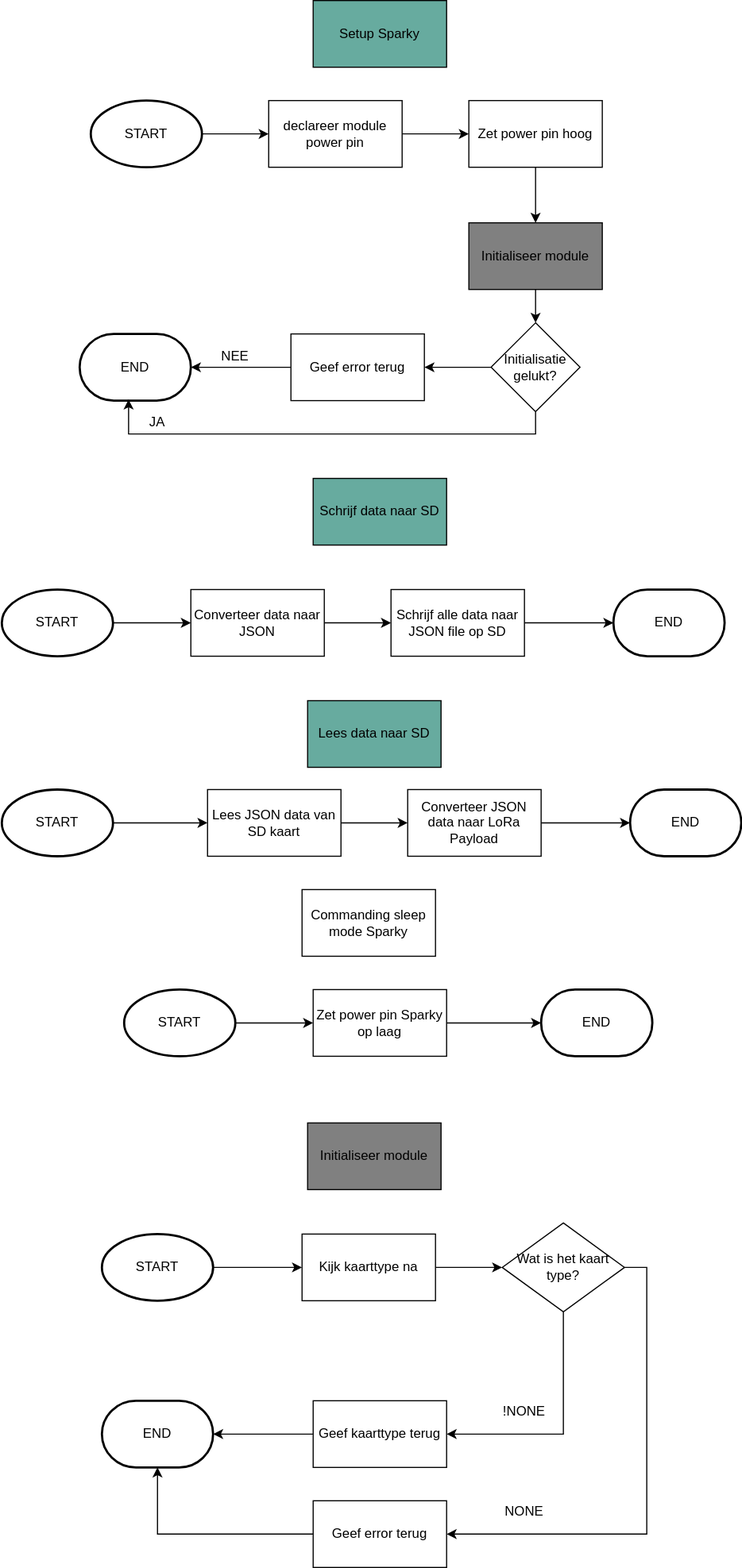
Earlier version of the draw.io export assets/FlowChart-Sparky.svg (747oli/Luchtkwaliteitssensor_analyse). Source tidied: cells renumbered, new cells last; positions are measured from the earlier drawing's top-left corner, leaving out a move shared by most shapes. The source it was exported from:
```xml
<mxGraphModel>
  <root>
    <mxCell id="0" />
    <mxCell id="1" parent="0" />
    <mxCell id="2" value="Setup Sparky" style="rounded=0;whiteSpace=wrap;html=1;fillColor=#67AB9F;" parent="1" vertex="1">
      <mxGeometry x="280" width="120" height="60" as="geometry" />
    </mxCell>
    <mxCell id="3" style="edgeStyle=orthogonalEdgeStyle;rounded=0;jettySize=auto;html=1;" parent="1" edge="1" source="4" target="7">
      <mxGeometry relative="1" as="geometry" />
    </mxCell>
    <mxCell id="4" value="START" style="strokeWidth=2;html=1;shape=mxgraph.flowchart.start_1;whiteSpace=wrap;" parent="1" vertex="1">
      <mxGeometry x="80" y="90" width="100" height="60" as="geometry" />
    </mxCell>
    <mxCell id="5" value="END" style="strokeWidth=2;html=1;shape=mxgraph.flowchart.terminator;whiteSpace=wrap;" parent="1" vertex="1">
      <mxGeometry x="70" y="300" width="100" height="60" as="geometry" />
    </mxCell>
    <mxCell id="6" style="edgeStyle=orthogonalEdgeStyle;rounded=0;jettySize=auto;html=1;" parent="1" edge="1" source="7" target="9">
      <mxGeometry relative="1" as="geometry" />
    </mxCell>
    <mxCell id="7" value="declareer module power pin" style="rounded=0;whiteSpace=wrap;html=1;" parent="1" vertex="1">
      <mxGeometry x="240" y="90" width="120" height="60" as="geometry" />
    </mxCell>
    <mxCell id="8" style="edgeStyle=orthogonalEdgeStyle;rounded=0;jettySize=auto;html=1;exitX=0.5;exitY=1;exitDx=0;exitDy=0;entryX=0.5;entryY=0;entryDx=0;entryDy=0;" parent="1" edge="1" source="9" target="11">
      <mxGeometry relative="1" as="geometry" />
    </mxCell>
    <mxCell id="9" value="Zet power pin hoog" style="rounded=0;whiteSpace=wrap;html=1;" parent="1" vertex="1">
      <mxGeometry x="420" y="90" width="120" height="60" as="geometry" />
    </mxCell>
    <mxCell id="10" style="edgeStyle=orthogonalEdgeStyle;rounded=0;jettySize=auto;html=1;" parent="1" edge="1" source="11" target="14">
      <mxGeometry relative="1" as="geometry" />
    </mxCell>
    <mxCell id="11" value="Initialiseer module" style="rounded=0;whiteSpace=wrap;html=1;fillColor=#808080;" parent="1" vertex="1">
      <mxGeometry x="420" y="200" width="120" height="60" as="geometry" />
    </mxCell>
    <mxCell id="12" style="edgeStyle=orthogonalEdgeStyle;rounded=0;jettySize=auto;html=1;" parent="1" edge="1" source="14" target="33">
      <mxGeometry relative="1" as="geometry" />
    </mxCell>
    <mxCell id="13" style="edgeStyle=orthogonalEdgeStyle;rounded=0;jettySize=auto;html=1;exitX=0.5;exitY=1;exitDx=0;exitDy=0;entryX=0.44;entryY=0.983;entryDx=0;entryDy=0;entryPerimeter=0;" parent="1" edge="1" source="14" target="5">
      <mxGeometry relative="1" as="geometry" />
    </mxCell>
    <mxCell id="14" value="Initialisatie gelukt?" style="rhombus;whiteSpace=wrap;html=1;" parent="1" vertex="1">
      <mxGeometry x="440" y="290" width="80" height="80" as="geometry" />
    </mxCell>
    <mxCell id="15" value="Initialiseer module" style="rounded=0;whiteSpace=wrap;html=1;fillColor=#808080;" parent="1" vertex="1">
      <mxGeometry x="275" y="1010" width="120" height="60" as="geometry" />
    </mxCell>
    <mxCell id="16" style="edgeStyle=orthogonalEdgeStyle;rounded=0;jettySize=auto;html=1;" parent="1" edge="1" source="17" target="19">
      <mxGeometry relative="1" as="geometry" />
    </mxCell>
    <mxCell id="17" value="START" style="strokeWidth=2;html=1;shape=mxgraph.flowchart.start_1;whiteSpace=wrap;" parent="1" vertex="1">
      <mxGeometry x="90" y="1110" width="100" height="60" as="geometry" />
    </mxCell>
    <mxCell id="18" style="edgeStyle=orthogonalEdgeStyle;rounded=0;jettySize=auto;html=1;" parent="1" edge="1" source="19" target="22">
      <mxGeometry relative="1" as="geometry" />
    </mxCell>
    <mxCell id="19" value="Kijk kaarttype na" style="rounded=0;whiteSpace=wrap;html=1;" parent="1" vertex="1">
      <mxGeometry x="270" y="1110" width="120" height="60" as="geometry" />
    </mxCell>
    <mxCell id="20" style="edgeStyle=orthogonalEdgeStyle;rounded=0;jettySize=auto;html=1;exitX=0.5;exitY=1;exitDx=0;exitDy=0;entryX=1;entryY=0.5;entryDx=0;entryDy=0;" parent="1" edge="1" source="22" target="27">
      <mxGeometry relative="1" as="geometry" />
    </mxCell>
    <mxCell id="21" style="edgeStyle=orthogonalEdgeStyle;rounded=0;jettySize=auto;html=1;exitX=1;exitY=0.5;exitDx=0;exitDy=0;entryX=1;entryY=0.5;entryDx=0;entryDy=0;" parent="1" edge="1" source="22" target="29">
      <mxGeometry relative="1" as="geometry" />
    </mxCell>
    <mxCell id="22" value="Wat is het kaart type?" style="rhombus;whiteSpace=wrap;html=1;" parent="1" vertex="1">
      <mxGeometry x="450" y="1100" width="110" height="80" as="geometry" />
    </mxCell>
    <mxCell id="23" value="END" style="strokeWidth=2;html=1;shape=mxgraph.flowchart.terminator;whiteSpace=wrap;" parent="1" vertex="1">
      <mxGeometry x="90" y="1260" width="100" height="60" as="geometry" />
    </mxCell>
    <mxCell id="24" value="NONE" style="text;html=1;strokeColor=none;fillColor=none;align=center;verticalAlign=middle;whiteSpace=wrap;rounded=0;" parent="1" vertex="1">
      <mxGeometry x="450" y="1350" width="40" height="20" as="geometry" />
    </mxCell>
    <mxCell id="25" value="!NONE" style="text;html=1;strokeColor=none;fillColor=none;align=center;verticalAlign=middle;whiteSpace=wrap;rounded=0;" parent="1" vertex="1">
      <mxGeometry x="450" y="1260" width="40" height="20" as="geometry" />
    </mxCell>
    <mxCell id="26" style="edgeStyle=orthogonalEdgeStyle;rounded=0;jettySize=auto;html=1;" parent="1" edge="1" source="27" target="23">
      <mxGeometry relative="1" as="geometry" />
    </mxCell>
    <mxCell id="27" value="Geef kaarttype terug" style="rounded=0;whiteSpace=wrap;html=1;" parent="1" vertex="1">
      <mxGeometry x="280" y="1260" width="120" height="60" as="geometry" />
    </mxCell>
    <mxCell id="28" style="edgeStyle=orthogonalEdgeStyle;rounded=0;jettySize=auto;html=1;exitX=0;exitY=0.5;exitDx=0;exitDy=0;entryX=0.5;entryY=1;entryDx=0;entryDy=0;entryPerimeter=0;" parent="1" edge="1" source="29" target="23">
      <mxGeometry relative="1" as="geometry" />
    </mxCell>
    <mxCell id="29" value="Geef error terug" style="rounded=0;whiteSpace=wrap;html=1;" parent="1" vertex="1">
      <mxGeometry x="280" y="1350" width="120" height="60" as="geometry" />
    </mxCell>
    <mxCell id="30" value="JA" style="text;html=1;strokeColor=none;fillColor=none;align=center;verticalAlign=middle;whiteSpace=wrap;rounded=0;" parent="1" vertex="1">
      <mxGeometry x="120" y="370" width="40" height="20" as="geometry" />
    </mxCell>
    <mxCell id="31" value="NEE" style="text;html=1;strokeColor=none;fillColor=none;align=center;verticalAlign=middle;whiteSpace=wrap;rounded=0;" parent="1" vertex="1">
      <mxGeometry x="190" y="310" width="40" height="20" as="geometry" />
    </mxCell>
    <mxCell id="32" style="edgeStyle=orthogonalEdgeStyle;rounded=0;jettySize=auto;html=1;exitX=0;exitY=0.5;exitDx=0;exitDy=0;entryX=1;entryY=0.5;entryDx=0;entryDy=0;entryPerimeter=0;" parent="1" edge="1" source="33" target="5">
      <mxGeometry relative="1" as="geometry" />
    </mxCell>
    <mxCell id="33" value="Geef error terug" style="rounded=0;whiteSpace=wrap;html=1;" parent="1" vertex="1">
      <mxGeometry x="260" y="300" width="120" height="60" as="geometry" />
    </mxCell>
    <mxCell id="34" value="Schrijf data naar SD" style="rounded=0;whiteSpace=wrap;html=1;fillColor=#67AB9F;" parent="1" vertex="1">
      <mxGeometry x="280" y="430" width="120" height="60" as="geometry" />
    </mxCell>
    <mxCell id="35" style="edgeStyle=orthogonalEdgeStyle;rounded=0;jettySize=auto;html=1;" parent="1" edge="1" source="36" target="40">
      <mxGeometry relative="1" as="geometry" />
    </mxCell>
    <mxCell id="36" value="START" style="strokeWidth=2;html=1;shape=mxgraph.flowchart.start_1;whiteSpace=wrap;" parent="1" vertex="1">
      <mxGeometry y="530" width="100" height="60" as="geometry" />
    </mxCell>
    <mxCell id="37" style="edgeStyle=orthogonalEdgeStyle;rounded=0;jettySize=auto;html=1;" parent="1" edge="1" source="38" target="41">
      <mxGeometry relative="1" as="geometry" />
    </mxCell>
    <mxCell id="38" value="Schrijf alle data naar JSON file op SD" style="rounded=0;whiteSpace=wrap;html=1;" parent="1" vertex="1">
      <mxGeometry x="350" y="530" width="120" height="60" as="geometry" />
    </mxCell>
    <mxCell id="39" style="edgeStyle=orthogonalEdgeStyle;rounded=0;jettySize=auto;html=1;" parent="1" edge="1" source="40" target="38">
      <mxGeometry relative="1" as="geometry" />
    </mxCell>
    <mxCell id="40" value="Converteer data naar JSON" style="rounded=0;whiteSpace=wrap;html=1;" parent="1" vertex="1">
      <mxGeometry x="170" y="530" width="120" height="60" as="geometry" />
    </mxCell>
    <mxCell id="41" value="END" style="strokeWidth=2;html=1;shape=mxgraph.flowchart.terminator;whiteSpace=wrap;" parent="1" vertex="1">
      <mxGeometry x="550" y="530" width="100" height="60" as="geometry" />
    </mxCell>
    <mxCell id="42" value="Lees data naar SD" style="rounded=0;whiteSpace=wrap;html=1;fillColor=#67AB9F;" parent="1" vertex="1">
      <mxGeometry x="275" y="630" width="120" height="60" as="geometry" />
    </mxCell>
    <mxCell id="43" style="edgeStyle=orthogonalEdgeStyle;rounded=0;jettySize=auto;html=1;" parent="1" edge="1" source="44" target="48">
      <mxGeometry relative="1" as="geometry" />
    </mxCell>
    <mxCell id="44" value="START" style="strokeWidth=2;html=1;shape=mxgraph.flowchart.start_1;whiteSpace=wrap;" parent="1" vertex="1">
      <mxGeometry y="710" width="100" height="60" as="geometry" />
    </mxCell>
    <mxCell id="45" style="edgeStyle=orthogonalEdgeStyle;rounded=0;jettySize=auto;html=1;" parent="1" edge="1" source="46" target="49">
      <mxGeometry relative="1" as="geometry" />
    </mxCell>
    <mxCell id="46" value="Converteer JSON data naar LoRa Payload" style="rounded=0;whiteSpace=wrap;html=1;" parent="1" vertex="1">
      <mxGeometry x="365" y="710" width="120" height="60" as="geometry" />
    </mxCell>
    <mxCell id="47" style="edgeStyle=orthogonalEdgeStyle;rounded=0;jettySize=auto;html=1;" parent="1" edge="1" source="48" target="46">
      <mxGeometry relative="1" as="geometry" />
    </mxCell>
    <mxCell id="48" value="Lees JSON data van SD kaart" style="rounded=0;whiteSpace=wrap;html=1;" parent="1" vertex="1">
      <mxGeometry x="185" y="710" width="120" height="60" as="geometry" />
    </mxCell>
    <mxCell id="49" value="END" style="strokeWidth=2;html=1;shape=mxgraph.flowchart.terminator;whiteSpace=wrap;" parent="1" vertex="1">
      <mxGeometry x="565" y="710" width="100" height="60" as="geometry" />
    </mxCell>
    <mxCell id="50" value="Commanding sleep mode Sparky" style="rounded=0;whiteSpace=wrap;html=1;" parent="1" vertex="1">
      <mxGeometry x="270" y="800" width="120" height="60" as="geometry" />
    </mxCell>
    <mxCell id="51" style="edgeStyle=orthogonalEdgeStyle;rounded=0;jettySize=auto;html=1;" parent="1" edge="1" source="52" target="55">
      <mxGeometry relative="1" as="geometry" />
    </mxCell>
    <mxCell id="52" value="START" style="strokeWidth=2;html=1;shape=mxgraph.flowchart.start_1;whiteSpace=wrap;" parent="1" vertex="1">
      <mxGeometry x="110" y="890" width="100" height="60" as="geometry" />
    </mxCell>
    <mxCell id="53" value="END" style="strokeWidth=2;html=1;shape=mxgraph.flowchart.terminator;whiteSpace=wrap;" parent="1" vertex="1">
      <mxGeometry x="485" y="890" width="100" height="60" as="geometry" />
    </mxCell>
    <mxCell id="54" style="edgeStyle=orthogonalEdgeStyle;rounded=0;jettySize=auto;html=1;" parent="1" edge="1" source="55" target="53">
      <mxGeometry relative="1" as="geometry" />
    </mxCell>
    <mxCell id="55" value="Zet power pin Sparky op laag" style="rounded=0;whiteSpace=wrap;html=1;" parent="1" vertex="1">
      <mxGeometry x="280" y="890" width="120" height="60" as="geometry" />
    </mxCell>
  </root>
</mxGraphModel>
```
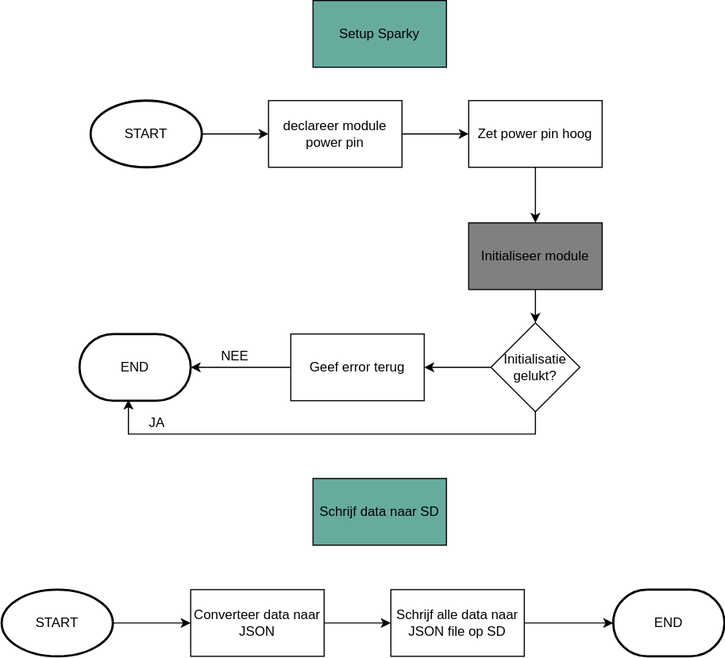
The same diagram one commit later.

Change to the diagram source:
```diff
@@ -41,51 +41,6 @@
     <mxCell id="14" value="Initialisatie gelukt?" style="rhombus;whiteSpace=wrap;html=1;" parent="1" vertex="1">
       <mxGeometry x="440" y="290" width="80" height="80" as="geometry" />
     </mxCell>
-    <mxCell id="15" value="Initialiseer module" style="rounded=0;whiteSpace=wrap;html=1;fillColor=#808080;" parent="1" vertex="1">
-      <mxGeometry x="275" y="1010" width="120" height="60" as="geometry" />
-    </mxCell>
-    <mxCell id="16" style="edgeStyle=orthogonalEdgeStyle;rounded=0;jettySize=auto;html=1;" parent="1" edge="1" source="17" target="19">
-      <mxGeometry relative="1" as="geometry" />
-    </mxCell>
-    <mxCell id="17" value="START" style="strokeWidth=2;html=1;shape=mxgraph.flowchart.start_1;whiteSpace=wrap;" parent="1" vertex="1">
-      <mxGeometry x="90" y="1110" width="100" height="60" as="geometry" />
-    </mxCell>
-    <mxCell id="18" style="edgeStyle=orthogonalEdgeStyle;rounded=0;jettySize=auto;html=1;" parent="1" edge="1" source="19" target="22">
-      <mxGeometry relative="1" as="geometry" />
-    </mxCell>
-    <mxCell id="19" value="Kijk kaarttype na" style="rounded=0;whiteSpace=wrap;html=1;" parent="1" vertex="1">
-      <mxGeometry x="270" y="1110" width="120" height="60" as="geometry" />
-    </mxCell>
-    <mxCell id="20" style="edgeStyle=orthogonalEdgeStyle;rounded=0;jettySize=auto;html=1;exitX=0.5;exitY=1;exitDx=0;exitDy=0;entryX=1;entryY=0.5;entryDx=0;entryDy=0;" parent="1" edge="1" source="22" target="27">
-      <mxGeometry relative="1" as="geometry" />
-    </mxCell>
-    <mxCell id="21" style="edgeStyle=orthogonalEdgeStyle;rounded=0;jettySize=auto;html=1;exitX=1;exitY=0.5;exitDx=0;exitDy=0;entryX=1;entryY=0.5;entryDx=0;entryDy=0;" parent="1" edge="1" source="22" target="29">
-      <mxGeometry relative="1" as="geometry" />
-    </mxCell>
-    <mxCell id="22" value="Wat is het kaart type?" style="rhombus;whiteSpace=wrap;html=1;" parent="1" vertex="1">
-      <mxGeometry x="450" y="1100" width="110" height="80" as="geometry" />
-    </mxCell>
-    <mxCell id="23" value="END" style="strokeWidth=2;html=1;shape=mxgraph.flowchart.terminator;whiteSpace=wrap;" parent="1" vertex="1">
-      <mxGeometry x="90" y="1260" width="100" height="60" as="geometry" />
-    </mxCell>
-    <mxCell id="24" value="NONE" style="text;html=1;strokeColor=none;fillColor=none;align=center;verticalAlign=middle;whiteSpace=wrap;rounded=0;" parent="1" vertex="1">
-      <mxGeometry x="450" y="1350" width="40" height="20" as="geometry" />
-    </mxCell>
-    <mxCell id="25" value="!NONE" style="text;html=1;strokeColor=none;fillColor=none;align=center;verticalAlign=middle;whiteSpace=wrap;rounded=0;" parent="1" vertex="1">
-      <mxGeometry x="450" y="1260" width="40" height="20" as="geometry" />
-    </mxCell>
-    <mxCell id="26" style="edgeStyle=orthogonalEdgeStyle;rounded=0;jettySize=auto;html=1;" parent="1" edge="1" source="27" target="23">
-      <mxGeometry relative="1" as="geometry" />
-    </mxCell>
-    <mxCell id="27" value="Geef kaarttype terug" style="rounded=0;whiteSpace=wrap;html=1;" parent="1" vertex="1">
-      <mxGeometry x="280" y="1260" width="120" height="60" as="geometry" />
-    </mxCell>
-    <mxCell id="28" style="edgeStyle=orthogonalEdgeStyle;rounded=0;jettySize=auto;html=1;exitX=0;exitY=0.5;exitDx=0;exitDy=0;entryX=0.5;entryY=1;entryDx=0;entryDy=0;entryPerimeter=0;" parent="1" edge="1" source="29" target="23">
-      <mxGeometry relative="1" as="geometry" />
-    </mxCell>
-    <mxCell id="29" value="Geef error terug" style="rounded=0;whiteSpace=wrap;html=1;" parent="1" vertex="1">
-      <mxGeometry x="280" y="1350" width="120" height="60" as="geometry" />
-    </mxCell>
     <mxCell id="30" value="JA" style="text;html=1;strokeColor=none;fillColor=none;align=center;verticalAlign=middle;whiteSpace=wrap;rounded=0;" parent="1" vertex="1">
       <mxGeometry x="120" y="370" width="40" height="20" as="geometry" />
     </mxCell>
@@ -122,47 +77,5 @@
     <mxCell id="41" value="END" style="strokeWidth=2;html=1;shape=mxgraph.flowchart.terminator;whiteSpace=wrap;" parent="1" vertex="1">
       <mxGeometry x="550" y="530" width="100" height="60" as="geometry" />
     </mxCell>
-    <mxCell id="42" value="Lees data naar SD" style="rounded=0;whiteSpace=wrap;html=1;fillColor=#67AB9F;" parent="1" vertex="1">
-      <mxGeometry x="275" y="630" width="120" height="60" as="geometry" />
-    </mxCell>
-    <mxCell id="43" style="edgeStyle=orthogonalEdgeStyle;rounded=0;jettySize=auto;html=1;" parent="1" edge="1" source="44" target="48">
-      <mxGeometry relative="1" as="geometry" />
-    </mxCell>
-    <mxCell id="44" value="START" style="strokeWidth=2;html=1;shape=mxgraph.flowchart.start_1;whiteSpace=wrap;" parent="1" vertex="1">
-      <mxGeometry y="710" width="100" height="60" as="geometry" />
-    </mxCell>
-    <mxCell id="45" style="edgeStyle=orthogonalEdgeStyle;rounded=0;jettySize=auto;html=1;" parent="1" edge="1" source="46" target="49">
-      <mxGeometry relative="1" as="geometry" />
-    </mxCell>
-    <mxCell id="46" value="Converteer JSON data naar LoRa Payload" style="rounded=0;whiteSpace=wrap;html=1;" parent="1" vertex="1">
-      <mxGeometry x="365" y="710" width="120" height="60" as="geometry" />
-    </mxCell>
-    <mxCell id="47" style="edgeStyle=orthogonalEdgeStyle;rounded=0;jettySize=auto;html=1;" parent="1" edge="1" source="48" target="46">
-      <mxGeometry relative="1" as="geometry" />
-    </mxCell>
-    <mxCell id="48" value="Lees JSON data van SD kaart" style="rounded=0;whiteSpace=wrap;html=1;" parent="1" vertex="1">
-      <mxGeometry x="185" y="710" width="120" height="60" as="geometry" />
-    </mxCell>
-    <mxCell id="49" value="END" style="strokeWidth=2;html=1;shape=mxgraph.flowchart.terminator;whiteSpace=wrap;" parent="1" vertex="1">
-      <mxGeometry x="565" y="710" width="100" height="60" as="geometry" />
-    </mxCell>
-    <mxCell id="50" value="Commanding sleep mode Sparky" style="rounded=0;whiteSpace=wrap;html=1;" parent="1" vertex="1">
-      <mxGeometry x="270" y="800" width="120" height="60" as="geometry" />
-    </mxCell>
-    <mxCell id="51" style="edgeStyle=orthogonalEdgeStyle;rounded=0;jettySize=auto;html=1;" parent="1" edge="1" source="52" target="55">
-      <mxGeometry relative="1" as="geometry" />
-    </mxCell>
-    <mxCell id="52" value="START" style="strokeWidth=2;html=1;shape=mxgraph.flowchart.start_1;whiteSpace=wrap;" parent="1" vertex="1">
-      <mxGeometry x="110" y="890" width="100" height="60" as="geometry" />
-    </mxCell>
-    <mxCell id="53" value="END" style="strokeWidth=2;html=1;shape=mxgraph.flowchart.terminator;whiteSpace=wrap;" parent="1" vertex="1">
-      <mxGeometry x="485" y="890" width="100" height="60" as="geometry" />
-    </mxCell>
-    <mxCell id="54" style="edgeStyle=orthogonalEdgeStyle;rounded=0;jettySize=auto;html=1;" parent="1" edge="1" source="55" target="53">
-      <mxGeometry relative="1" as="geometry" />
-    </mxCell>
-    <mxCell id="55" value="Zet power pin Sparky op laag" style="rounded=0;whiteSpace=wrap;html=1;" parent="1" vertex="1">
-      <mxGeometry x="280" y="890" width="120" height="60" as="geometry" />
-    </mxCell>
   </root>
 </mxGraphModel>
```
